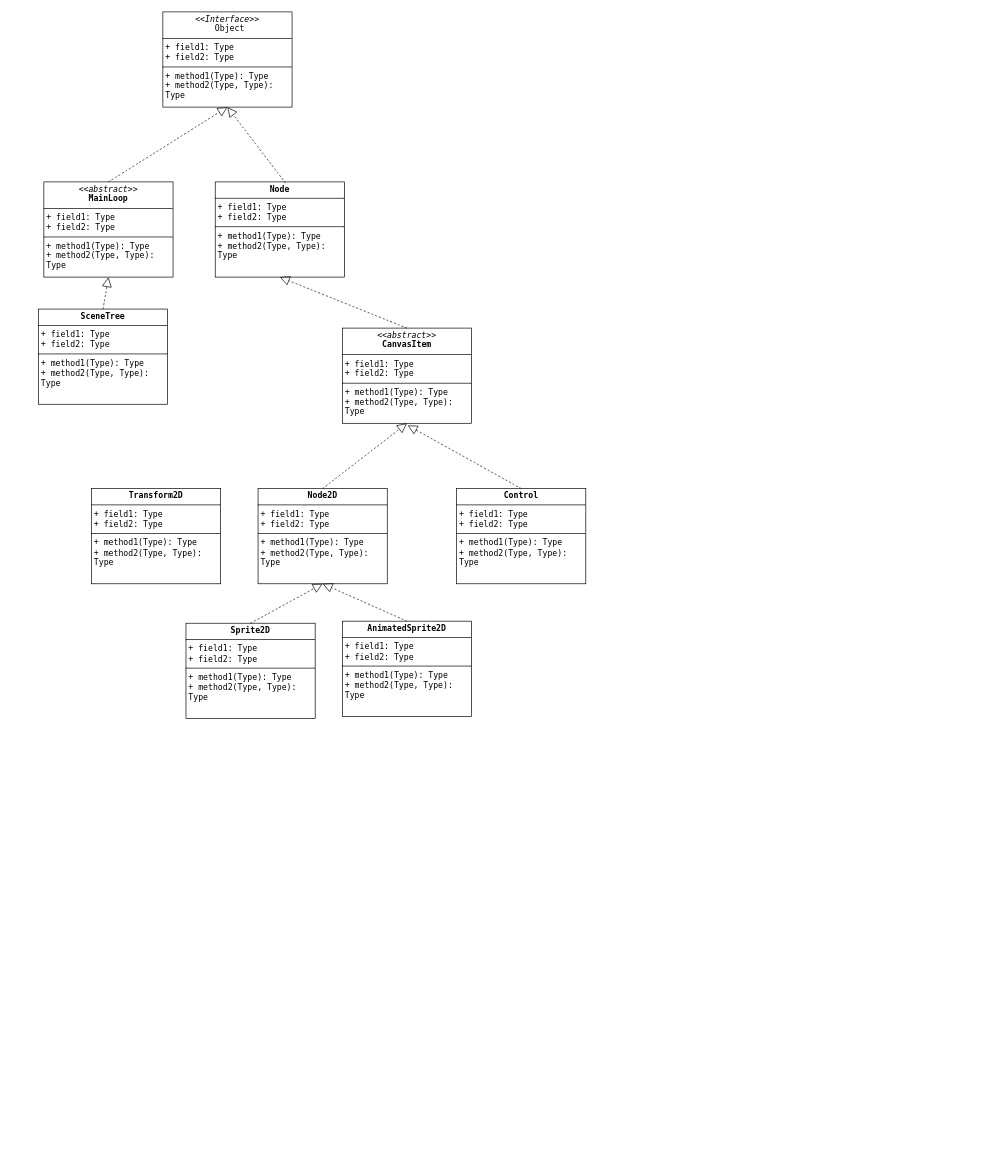
Above: gotdot.drawio in GitHub7796/godotLearn (draw.io), before the change. Source tidied: cells renumbered, new cells numbered last; positions are measured from the earlier drawing's top-left corner, leaving out a move shared by most shapes. Both pictures are drawn from the tidied source at 68%, with x=0, y=0 at pixel (38, 12).
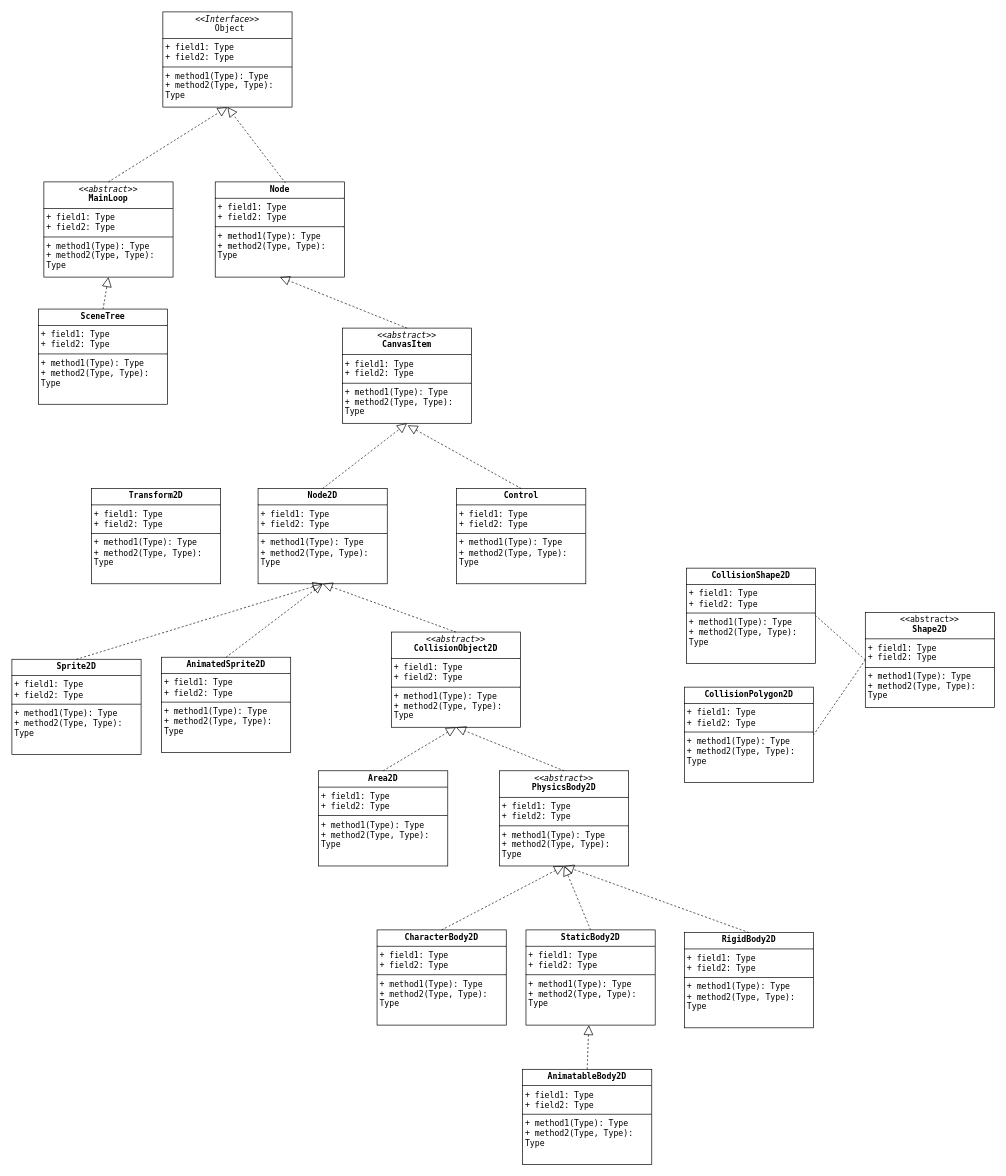
After the change.

Unchanged cells that the change refers to:
```xml
<mxCell id="10" value="&lt;p style=&quot;margin:0px;margin-top:4px;text-align:center;&quot;&gt;&lt;b&gt;Node2D&lt;/b&gt;&lt;br&gt;&lt;/p&gt;&lt;hr style=&quot;border-style:solid;&quot; size=&quot;1&quot;&gt;&lt;p style=&quot;margin:0px;margin-left:4px;&quot;&gt;+ field1: Type&lt;br&gt;+ field2: Type&lt;/p&gt;&lt;hr style=&quot;border-style:solid;&quot; size=&quot;1&quot;&gt;&lt;p style=&quot;margin:0px;margin-left:4px;&quot;&gt;+ method1(Type): Type&lt;br&gt;+ method2(Type, Type): Type&lt;/p&gt;" style="verticalAlign=top;align=left;overflow=fill;html=1;whiteSpace=wrap;fontFamily=Lucida Console;" parent="1" vertex="1">
  <mxGeometry x="323" y="701" width="190" height="140" as="geometry" />
</mxCell>
```

Change to the diagram source:
```diff
@@
     <mxCell id="16" value="&lt;p style=&quot;margin:0px;margin-top:4px;text-align:center;&quot;&gt;&lt;b&gt;Sprite2D&lt;/b&gt;&lt;br&gt;&lt;/p&gt;&lt;hr style=&quot;border-style:solid;&quot; size=&quot;1&quot;&gt;&lt;p style=&quot;margin:0px;margin-left:4px;&quot;&gt;+ field1: Type&lt;br&gt;+ field2: Type&lt;/p&gt;&lt;hr style=&quot;border-style:solid;&quot; size=&quot;1&quot;&gt;&lt;p style=&quot;margin:0px;margin-left:4px;&quot;&gt;+ method1(Type): Type&lt;br&gt;+ method2(Type, Type): Type&lt;/p&gt;" style="verticalAlign=top;align=left;overflow=fill;html=1;whiteSpace=wrap;fontFamily=Lucida Console;" parent="1" vertex="1">
-      <mxGeometry x="217" y="899" width="190" height="140" as="geometry" />
+      <mxGeometry x="-39" y="952" width="190" height="140" as="geometry" />
     </mxCell>
@@
     <mxCell id="18" value="&lt;p style=&quot;margin:0px;margin-top:4px;text-align:center;&quot;&gt;&lt;b&gt;AnimatedSprite2D&lt;/b&gt;&lt;br&gt;&lt;/p&gt;&lt;hr style=&quot;border-style:solid;&quot; size=&quot;1&quot;&gt;&lt;p style=&quot;margin:0px;margin-left:4px;&quot;&gt;+ field1: Type&lt;br&gt;+ field2: Type&lt;/p&gt;&lt;hr style=&quot;border-style:solid;&quot; size=&quot;1&quot;&gt;&lt;p style=&quot;margin:0px;margin-left:4px;&quot;&gt;+ method1(Type): Type&lt;br&gt;+ method2(Type, Type): Type&lt;/p&gt;" style="verticalAlign=top;align=left;overflow=fill;html=1;whiteSpace=wrap;fontFamily=Lucida Console;" parent="1" vertex="1">
-      <mxGeometry x="447" y="896" width="190" height="140" as="geometry" />
+      <mxGeometry x="181" y="949" width="190" height="140" as="geometry" />
     </mxCell>
@@
+    <mxCell id="20" value="&lt;p style=&quot;margin:0px;margin-top:4px;text-align:center;&quot;&gt;&lt;i&gt;&amp;lt;&amp;lt;abstract&amp;gt;&amp;gt;&lt;/i&gt;&lt;b&gt;&lt;br&gt;CollisionObject2D&lt;/b&gt;&lt;br&gt;&lt;/p&gt;&lt;hr style=&quot;border-style:solid;&quot; size=&quot;1&quot;&gt;&lt;p style=&quot;margin:0px;margin-left:4px;&quot;&gt;+ field1: Type&lt;br&gt;+ field2: Type&lt;/p&gt;&lt;hr style=&quot;border-style:solid;&quot; size=&quot;1&quot;&gt;&lt;p style=&quot;margin:0px;margin-left:4px;&quot;&gt;+ method1(Type): Type&lt;br&gt;+ method2(Type, Type): Type&lt;/p&gt;" style="verticalAlign=top;align=left;overflow=fill;html=1;whiteSpace=wrap;fontFamily=Lucida Console;" parent="1" vertex="1">
+      <mxGeometry x="519" y="912" width="190" height="140" as="geometry" />
+    </mxCell>
+    <mxCell id="21" style="endArrow=block;dashed=1;endFill=0;endSize=12;html=1;rounded=0;fontSize=12;curved=1;exitX=0.5;exitY=0;exitDx=0;exitDy=0;fontFamily=Lucida Console;entryX=0.5;entryY=1;entryDx=0;entryDy=0;" parent="1" edge="1" source="20" target="10">
+      <mxGeometry relative="1" as="geometry" />
+    </mxCell>
+    <mxCell id="22" value="&lt;p style=&quot;margin:0px;margin-top:4px;text-align:center;&quot;&gt;&lt;b&gt;Area2D&lt;/b&gt;&lt;br&gt;&lt;/p&gt;&lt;hr style=&quot;border-style:solid;&quot; size=&quot;1&quot;&gt;&lt;p style=&quot;margin:0px;margin-left:4px;&quot;&gt;+ field1: Type&lt;br&gt;+ field2: Type&lt;/p&gt;&lt;hr style=&quot;border-style:solid;&quot; size=&quot;1&quot;&gt;&lt;p style=&quot;margin:0px;margin-left:4px;&quot;&gt;+ method1(Type): Type&lt;br&gt;+ method2(Type, Type): Type&lt;/p&gt;" style="verticalAlign=top;align=left;overflow=fill;html=1;whiteSpace=wrap;fontFamily=Lucida Console;" parent="1" vertex="1">
+      <mxGeometry x="412" y="1116" width="190" height="140" as="geometry" />
+    </mxCell>
+    <mxCell id="23" value="&lt;p style=&quot;margin:0px;margin-top:4px;text-align:center;&quot;&gt;&lt;i&gt;&amp;lt;&amp;lt;abstract&amp;gt;&amp;gt;&lt;/i&gt;&lt;b&gt;&lt;br&gt;PhysicsBody2D&lt;/b&gt;&lt;br&gt;&lt;/p&gt;&lt;hr style=&quot;border-style:solid;&quot; size=&quot;1&quot;&gt;&lt;p style=&quot;margin:0px;margin-left:4px;&quot;&gt;+ field1: Type&lt;br&gt;+ field2: Type&lt;/p&gt;&lt;hr style=&quot;border-style:solid;&quot; size=&quot;1&quot;&gt;&lt;p style=&quot;margin:0px;margin-left:4px;&quot;&gt;+ method1(Type): Type&lt;br&gt;+ method2(Type, Type): Type&lt;/p&gt;" style="verticalAlign=top;align=left;overflow=fill;html=1;whiteSpace=wrap;fontFamily=Lucida Console;" parent="1" vertex="1">
+      <mxGeometry x="678" y="1116" width="190" height="140" as="geometry" />
+    </mxCell>
+    <mxCell id="24" style="endArrow=block;dashed=1;endFill=0;endSize=12;html=1;rounded=0;fontSize=12;curved=1;exitX=0.5;exitY=0;exitDx=0;exitDy=0;fontFamily=Lucida Console;entryX=0.5;entryY=1;entryDx=0;entryDy=0;" parent="1" edge="1" source="22" target="20">
+      <mxGeometry relative="1" as="geometry" />
+    </mxCell>
+    <mxCell id="25" style="endArrow=block;dashed=1;endFill=0;endSize=12;html=1;rounded=0;fontSize=12;curved=1;exitX=0.5;exitY=0;exitDx=0;exitDy=0;fontFamily=Lucida Console;entryX=0.5;entryY=1;entryDx=0;entryDy=0;" parent="1" edge="1" source="23" target="20">
+      <mxGeometry relative="1" as="geometry" />
+    </mxCell>
+    <mxCell id="26" value="&lt;p style=&quot;margin:0px;margin-top:4px;text-align:center;&quot;&gt;&lt;b&gt;CharacterBody2D&lt;/b&gt;&lt;br&gt;&lt;/p&gt;&lt;hr style=&quot;border-style:solid;&quot; size=&quot;1&quot;&gt;&lt;p style=&quot;margin:0px;margin-left:4px;&quot;&gt;+ field1: Type&lt;br&gt;+ field2: Type&lt;/p&gt;&lt;hr style=&quot;border-style:solid;&quot; size=&quot;1&quot;&gt;&lt;p style=&quot;margin:0px;margin-left:4px;&quot;&gt;+ method1(Type): Type&lt;br&gt;+ method2(Type, Type): Type&lt;/p&gt;" style="verticalAlign=top;align=left;overflow=fill;html=1;whiteSpace=wrap;fontFamily=Lucida Console;" parent="1" vertex="1">
+      <mxGeometry x="498" y="1350" width="190" height="140" as="geometry" />
+    </mxCell>
+    <mxCell id="27" value="&lt;p style=&quot;margin:0px;margin-top:4px;text-align:center;&quot;&gt;&lt;b&gt;StaticBody2D&lt;/b&gt;&lt;br&gt;&lt;/p&gt;&lt;hr style=&quot;border-style:solid;&quot; size=&quot;1&quot;&gt;&lt;p style=&quot;margin:0px;margin-left:4px;&quot;&gt;+ field1: Type&lt;br&gt;+ field2: Type&lt;/p&gt;&lt;hr style=&quot;border-style:solid;&quot; size=&quot;1&quot;&gt;&lt;p style=&quot;margin:0px;margin-left:4px;&quot;&gt;+ method1(Type): Type&lt;br&gt;+ method2(Type, Type): Type&lt;/p&gt;" style="verticalAlign=top;align=left;overflow=fill;html=1;whiteSpace=wrap;fontFamily=Lucida Console;" parent="1" vertex="1">
+      <mxGeometry x="717" y="1350" width="190" height="140" as="geometry" />
+    </mxCell>
+    <mxCell id="28" value="&lt;p style=&quot;margin:0px;margin-top:4px;text-align:center;&quot;&gt;&lt;b&gt;RigidBody2D&lt;/b&gt;&lt;br&gt;&lt;/p&gt;&lt;hr style=&quot;border-style:solid;&quot; size=&quot;1&quot;&gt;&lt;p style=&quot;margin:0px;margin-left:4px;&quot;&gt;+ field1: Type&lt;br&gt;+ field2: Type&lt;/p&gt;&lt;hr style=&quot;border-style:solid;&quot; size=&quot;1&quot;&gt;&lt;p style=&quot;margin:0px;margin-left:4px;&quot;&gt;+ method1(Type): Type&lt;br&gt;+ method2(Type, Type): Type&lt;/p&gt;" style="verticalAlign=top;align=left;overflow=fill;html=1;whiteSpace=wrap;fontFamily=Lucida Console;" parent="1" vertex="1">
+      <mxGeometry x="950" y="1354" width="190" height="140" as="geometry" />
+    </mxCell>
+    <mxCell id="29" style="endArrow=block;dashed=1;endFill=0;endSize=12;html=1;rounded=0;fontSize=12;curved=1;exitX=0.5;exitY=0;exitDx=0;exitDy=0;fontFamily=Lucida Console;entryX=0.5;entryY=1;entryDx=0;entryDy=0;" parent="1" edge="1" source="26" target="23">
+      <mxGeometry relative="1" as="geometry" />
+    </mxCell>
+    <mxCell id="30" style="endArrow=block;dashed=1;endFill=0;endSize=12;html=1;rounded=0;fontSize=12;curved=1;exitX=0.5;exitY=0;exitDx=0;exitDy=0;fontFamily=Lucida Console;entryX=0.5;entryY=1;entryDx=0;entryDy=0;" parent="1" edge="1" source="27" target="23">
+      <mxGeometry relative="1" as="geometry" />
+    </mxCell>
+    <mxCell id="31" style="endArrow=block;dashed=1;endFill=0;endSize=12;html=1;rounded=0;fontSize=12;curved=1;exitX=0.5;exitY=0;exitDx=0;exitDy=0;fontFamily=Lucida Console;entryX=0.5;entryY=1;entryDx=0;entryDy=0;" parent="1" edge="1" source="28" target="23">
+      <mxGeometry relative="1" as="geometry" />
+    </mxCell>
+    <mxCell id="32" value="&lt;p style=&quot;margin:0px;margin-top:4px;text-align:center;&quot;&gt;&amp;lt;&amp;lt;abstract&amp;gt;&amp;gt;&lt;br&gt;&lt;b&gt;Shape2D&lt;/b&gt;&lt;br&gt;&lt;/p&gt;&lt;hr style=&quot;border-style:solid;&quot; size=&quot;1&quot;&gt;&lt;p style=&quot;margin:0px;margin-left:4px;&quot;&gt;+ field1: Type&lt;br&gt;+ field2: Type&lt;/p&gt;&lt;hr style=&quot;border-style:solid;&quot; size=&quot;1&quot;&gt;&lt;p style=&quot;margin:0px;margin-left:4px;&quot;&gt;+ method1(Type): Type&lt;br&gt;+ method2(Type, Type): Type&lt;/p&gt;" style="verticalAlign=top;align=left;overflow=fill;html=1;whiteSpace=wrap;fontFamily=Lucida Console;" parent="1" vertex="1">
+      <mxGeometry x="1216" y="883" width="190" height="140" as="geometry" />
+    </mxCell>
+    <mxCell id="33" value="&lt;p style=&quot;margin:0px;margin-top:4px;text-align:center;&quot;&gt;&lt;b&gt;CollisionShape2D&lt;/b&gt;&lt;br&gt;&lt;/p&gt;&lt;hr style=&quot;border-style:solid;&quot; size=&quot;1&quot;&gt;&lt;p style=&quot;margin:0px;margin-left:4px;&quot;&gt;+ field1: Type&lt;br&gt;+ field2: Type&lt;/p&gt;&lt;hr style=&quot;border-style:solid;&quot; size=&quot;1&quot;&gt;&lt;p style=&quot;margin:0px;margin-left:4px;&quot;&gt;+ method1(Type): Type&lt;br&gt;+ method2(Type, Type): Type&lt;/p&gt;" style="verticalAlign=top;align=left;overflow=fill;html=1;whiteSpace=wrap;fontFamily=Lucida Console;" parent="1" vertex="1">
+      <mxGeometry x="953" y="818" width="190" height="140" as="geometry" />
+    </mxCell>
+    <mxCell id="34" value="&lt;p style=&quot;margin:0px;margin-top:4px;text-align:center;&quot;&gt;&lt;b&gt;CollisionPolygon2D&lt;/b&gt;&lt;br&gt;&lt;/p&gt;&lt;hr style=&quot;border-style:solid;&quot; size=&quot;1&quot;&gt;&lt;p style=&quot;margin:0px;margin-left:4px;&quot;&gt;+ field1: Type&lt;br&gt;+ field2: Type&lt;/p&gt;&lt;hr style=&quot;border-style:solid;&quot; size=&quot;1&quot;&gt;&lt;p style=&quot;margin:0px;margin-left:4px;&quot;&gt;+ method1(Type): Type&lt;br&gt;+ method2(Type, Type): Type&lt;/p&gt;" style="verticalAlign=top;align=left;overflow=fill;html=1;whiteSpace=wrap;fontFamily=Lucida Console;" parent="1" vertex="1">
+      <mxGeometry x="950" y="993" width="190" height="140" as="geometry" />
+    </mxCell>
+    <mxCell id="35" style="endArrow=none;dashed=1;endFill=0;endSize=12;html=1;rounded=0;fontSize=12;curved=1;exitX=0;exitY=0.5;exitDx=0;exitDy=0;fontFamily=Lucida Console;entryX=1;entryY=0.5;entryDx=0;entryDy=0;" parent="1" edge="1" source="32" target="33">
+      <mxGeometry relative="1" as="geometry" />
+    </mxCell>
+    <mxCell id="36" style="endArrow=none;dashed=1;endFill=0;endSize=12;html=1;rounded=0;fontSize=12;curved=1;exitX=0;exitY=0.5;exitDx=0;exitDy=0;fontFamily=Lucida Console;entryX=1;entryY=0.5;entryDx=0;entryDy=0;" parent="1" edge="1" source="32" target="34">
+      <mxGeometry relative="1" as="geometry" />
+    </mxCell>
+    <mxCell id="37" value="&lt;p style=&quot;margin:0px;margin-top:4px;text-align:center;&quot;&gt;&lt;b&gt;AnimatableBody2D&lt;/b&gt;&lt;br&gt;&lt;/p&gt;&lt;hr style=&quot;border-style:solid;&quot; size=&quot;1&quot;&gt;&lt;p style=&quot;margin:0px;margin-left:4px;&quot;&gt;+ field1: Type&lt;br&gt;+ field2: Type&lt;/p&gt;&lt;hr style=&quot;border-style:solid;&quot; size=&quot;1&quot;&gt;&lt;p style=&quot;margin:0px;margin-left:4px;&quot;&gt;+ method1(Type): Type&lt;br&gt;+ method2(Type, Type): Type&lt;/p&gt;" style="verticalAlign=top;align=left;overflow=fill;html=1;whiteSpace=wrap;fontFamily=Lucida Console;" parent="1" vertex="1">
+      <mxGeometry x="712" y="1555" width="190" height="140" as="geometry" />
+    </mxCell>
+    <mxCell id="38" style="endArrow=block;dashed=1;endFill=0;endSize=12;html=1;rounded=0;fontSize=12;curved=1;exitX=0.5;exitY=0;exitDx=0;exitDy=0;fontFamily=Lucida Console;" parent="1" edge="1" source="37" target="27">
+      <mxGeometry relative="1" as="geometry" />
+    </mxCell>
```
